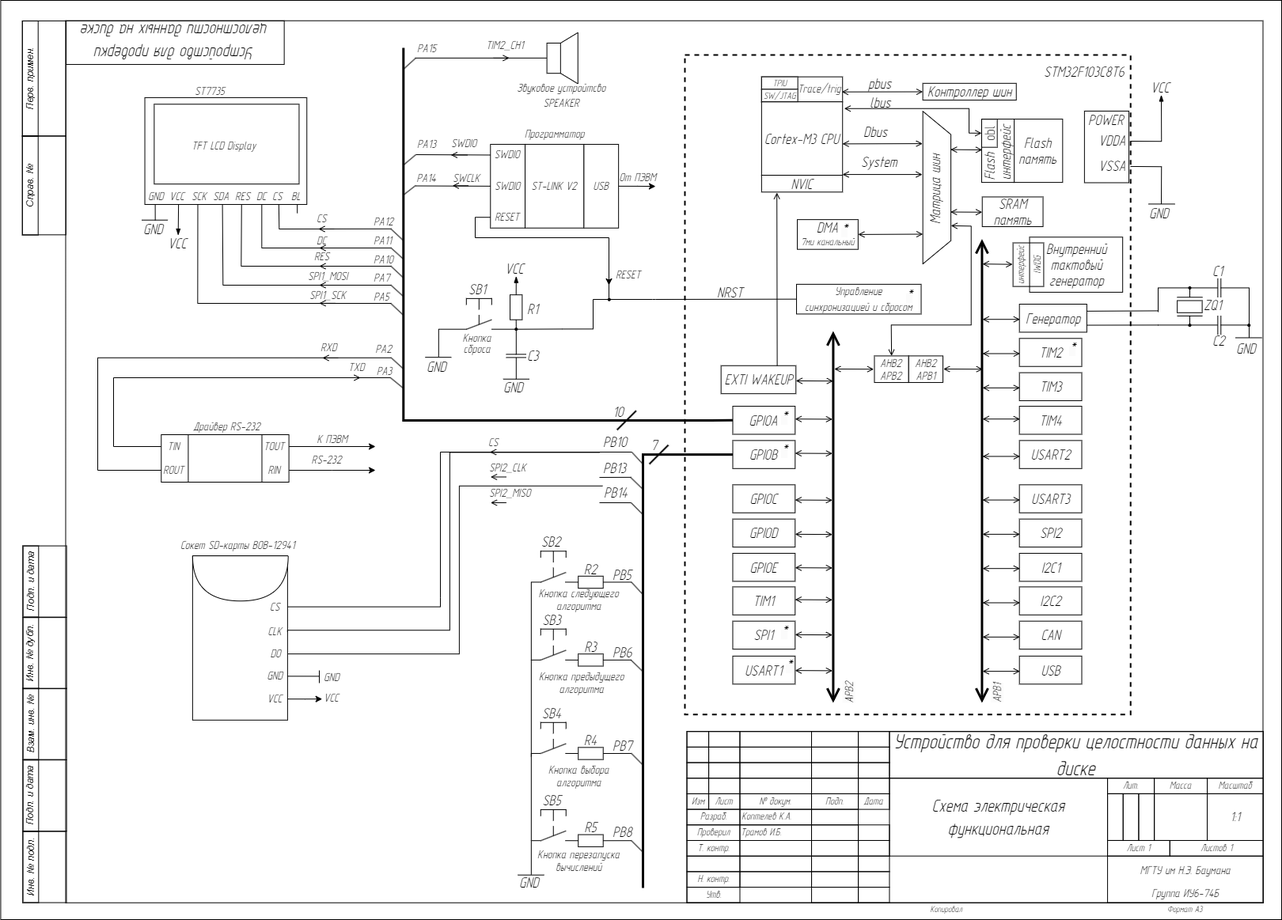
This is scheme/image/functional_scheme.drawio.png from kiryuha21/KoptelevKA.ICS6-74B.2023, a draw.io export, as it was before one commit. Source tidied: cells renumbered, new cells last; positions are measured from the earlier drawing's top-left corner, leaving out a move shared by most shapes.
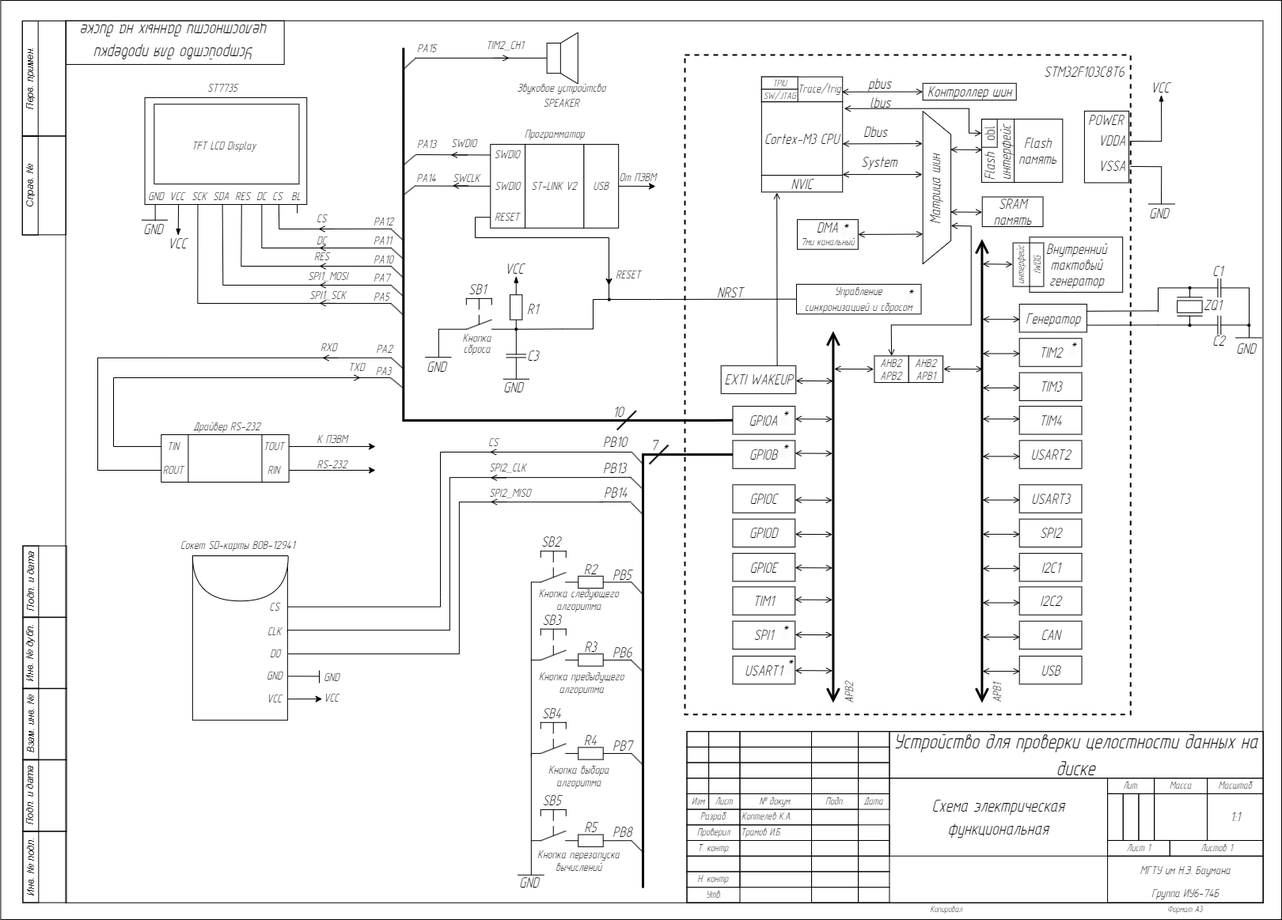
After the change.

Diff of the diagram source:
```diff
@@ -413,8 +413,8 @@
     <mxCell id="118" style="rounded=0;whiteSpace=wrap;html=1;" parent="108" vertex="1">
       <mxGeometry x="31.5" y="32.1" width="183.1" height="100.9" as="geometry" />
     </mxCell>
-    <mxCell id="119" value="&lt;div style=&quot;text-align: center;&quot;&gt;&lt;font face=&quot;GOSTRUS Type A&quot;&gt;&lt;span style=&quot;font-size: 16px;&quot;&gt;ST7735&lt;/span&gt;&lt;/font&gt;&lt;/div&gt;" style="text;whiteSpace=wrap;html=1;fontStyle=2;" parent="108" vertex="1">
-      <mxGeometry x="80.7" width="35.1" height="23.8" as="geometry" />
+    <mxCell id="119" value="&lt;div style=&quot;text-align: center; font-size: 16px;&quot;&gt;&lt;font style=&quot;font-size: 16px;&quot;&gt;&lt;span style=&quot;font-size: 16px;&quot;&gt;ST7735&lt;/span&gt;&lt;/font&gt;&lt;/div&gt;" style="text;whiteSpace=wrap;html=1;fontStyle=2;fontFamily=GOSTRUS Type A;fontSize=16;verticalAlign=middle;" parent="108" vertex="1">
+      <mxGeometry x="97.5" width="45.2" height="23.8" as="geometry" />
     </mxCell>
     <mxCell id="120" value="&lt;div style=&quot;text-align: center;&quot;&gt;&lt;font face=&quot;GOSTRUS Type A&quot;&gt;&lt;span style=&quot;font-size: 16px;&quot;&gt;&lt;br&gt;TFT LCD Display&lt;/span&gt;&lt;/font&gt;&lt;/div&gt;" style="text;whiteSpace=wrap;html=1;fontStyle=2;" parent="108" vertex="1">
       <mxGeometry x="76.8" y="50.4" width="86.6" height="15.8" as="geometry" />
@@ -1117,8 +1117,8 @@
     </mxCell>
     <mxCell id="257" style="endArrow=none;html=1;rounded=0;" parent="1" edge="1">
       <mxGeometry relative="1" as="geometry">
-        <mxPoint x="792" y="635" as="sourcePoint" />
-        <mxPoint x="832" y="635.1" as="targetPoint" />
+        <mxPoint x="792" y="634" as="sourcePoint" />
+        <mxPoint x="832" y="634.1" as="targetPoint" />
       </mxGeometry>
     </mxCell>
     <mxCell id="258" value="&lt;div style=&quot;text-align: center; font-size: 20px;&quot;&gt;&lt;font face=&quot;GOSTRUS Type A&quot; style=&quot;font-size: 20px;&quot;&gt;&lt;span style=&quot;font-size: 20px;&quot;&gt;PB10&lt;/span&gt;&lt;/font&gt;&lt;/div&gt;" style="text;whiteSpace=wrap;html=1;fontStyle=2;fontSize=20;verticalAlign=middle;" parent="1" vertex="1">
@@ -1141,8 +1141,8 @@
     </mxCell>
     <mxCell id="263" style="endArrow=open;html=1;rounded=0;endFill=0;fontStyle=2;" parent="1" edge="1">
       <mxGeometry relative="1" as="geometry">
-        <mxPoint x="674.5" y="602.5" as="sourcePoint" />
-        <mxPoint x="654.5" y="602.5" as="targetPoint" />
+        <mxPoint x="674.5" y="603.5" as="sourcePoint" />
+        <mxPoint x="654.5" y="603.5" as="targetPoint" />
       </mxGeometry>
     </mxCell>
     <mxCell id="264" value="&lt;span style=&quot;color: rgb(0, 0, 0); font-size: 16px; font-style: italic; font-variant-ligatures: normal; font-variant-caps: normal; font-weight: 400; letter-spacing: normal; orphans: 2; text-align: center; text-indent: 0px; text-transform: none; widows: 2; word-spacing: 0px; -webkit-text-stroke-width: 0px; text-decoration-thickness: initial; text-decoration-style: initial; text-decoration-color: initial; float: none; display: inline !important;&quot;&gt;SPI2_CLK&lt;/span&gt;" style="text;whiteSpace=wrap;html=1;verticalAlign=middle;fontFamily=GOSTRUS Type A;fontSize=16;fontStyle=2;labelBackgroundColor=none;" parent="1" vertex="1">
@@ -1150,8 +1150,8 @@
     </mxCell>
     <mxCell id="265" style="endArrow=open;html=1;rounded=0;endFill=0;fontStyle=2;" parent="1" edge="1">
       <mxGeometry relative="1" as="geometry">
-        <mxPoint x="674.4" y="635" as="sourcePoint" />
-        <mxPoint x="654.4" y="635" as="targetPoint" />
+        <mxPoint x="674.4" y="634" as="sourcePoint" />
+        <mxPoint x="654.4" y="634" as="targetPoint" />
       </mxGeometry>
     </mxCell>
     <mxCell id="266" value="&lt;span style=&quot;color: rgb(0, 0, 0); font-size: 16px; font-style: italic; font-variant-ligatures: normal; font-variant-caps: normal; font-weight: 400; letter-spacing: normal; orphans: 2; text-align: center; text-indent: 0px; text-transform: none; widows: 2; word-spacing: 0px; -webkit-text-stroke-width: 0px; text-decoration-thickness: initial; text-decoration-style: initial; text-decoration-color: initial; float: none; display: inline !important;&quot;&gt;SPI2_MISO&lt;/span&gt;" style="text;whiteSpace=wrap;html=1;verticalAlign=middle;fontFamily=GOSTRUS Type A;fontSize=16;fontStyle=2;labelBackgroundColor=none;" parent="1" vertex="1">
@@ -1792,10 +1792,12 @@
     </mxCell>
     <mxCell id="414" style="edgeStyle=orthogonalEdgeStyle;rounded=0;jettySize=auto;html=1;exitX=1;exitY=0.5;exitDx=0;exitDy=0;fontFamily=Helvetica;fontSize=20;fontColor=default;endArrow=none;endFill=0;" parent="411" edge="1" source="415">
       <mxGeometry relative="1" as="geometry">
-        <mxPoint x="514.1" y="-130.7" as="targetPoint" />
+        <mxPoint x="514.1" y="-99.1" as="targetPoint" />
         <Array as="points">
+          <mxPoint x="120" y="94" />
           <mxPoint x="325" y="94" />
-          <mxPoint x="325" y="-131" />
+          <mxPoint x="325" y="-99" />
+          <mxPoint x="514" y="-99" />
         </Array>
       </mxGeometry>
     </mxCell>
@@ -1804,10 +1806,11 @@
     </mxCell>
     <mxCell id="416" style="edgeStyle=orthogonalEdgeStyle;rounded=0;jettySize=auto;html=1;exitX=1;exitY=0.5;exitDx=0;exitDy=0;fontFamily=Helvetica;fontSize=20;fontColor=default;endArrow=none;endFill=0;" parent="411" edge="1" source="417">
       <mxGeometry relative="1" as="geometry">
-        <mxPoint x="518.1" y="-88.3" as="targetPoint" />
+        <mxPoint x="514.1" y="-68.1" as="targetPoint" />
         <Array as="points">
           <mxPoint x="337" y="124" />
-          <mxPoint x="337" y="-88" />
+          <mxPoint x="337" y="-68" />
+          <mxPoint x="518" y="-68" />
         </Array>
       </mxGeometry>
     </mxCell>
```
